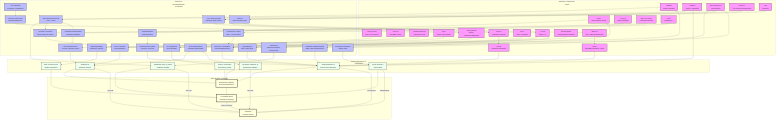
Earlier version of the Mermaid export docs/figures/scoliosis_mechanism_map.png (sayuj1989-ops/life). Its source is kept beside it as docs/figures/scoliosis_mechanism_map.mmd.
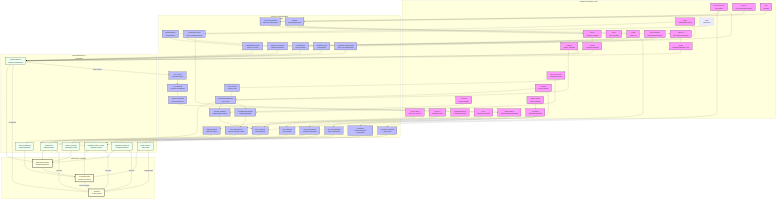
After the commit.

Commit message:
weekly-map: add circadian ciliary tuning arc (#584)

What changed in the source:
```diff
@@ -49,6 +49,7 @@
         Glymphatic_Stasis[Glymphatic Stasis<br/>Toxic Clearance Failure]
         Vestibular_Input[Vestibular Input<br/>Graviception]
         Gi_cAMP[Gi/cAMP Signaling<br/>Gain Suppression]
+        Ciliary_Tuning[Ciliary Tuning<br/>Antenna Gain]
     end
 
     subgraph Tissue [Tissue Mechanics & Properties]
@@ -158,6 +159,9 @@
     Mech_Trans --> Circadian_Entrain
     Circadian_Entrain --> Disc_Maint
 
+    BMAL1 --> Ciliary_Tuning
+    Ciliary_Tuning --> Mech_Trans
+
     mtROS --> METTL3
     METTL3 --> ESR1
     ESR1 --> Muscle_Tone
@@ -169,6 +173,6 @@
     VCL_Stasis --> Hydraulic_Congestion
 
     class HOX,COL,PIEZO1,PIEZO2,CILIA,LBX1,ADGRG6,PTK7,YAP,PKD2L1,MMP,URP,UTS2R,GFAP,VIM,LAMIN,BMAL1,RUNX3,METTL3,ESR1,MELATONIN,MT2 gene;
-    class Region,ECM_Assembly,Mech_Trans,Sym_Break,Neur_Diff,Muscle_Diff,Disc_Maint,PCP_Sig,Nucl_Shuttle,CSF_Sensing,Degradation,Astrogliosis,mtROS,Adipogenesis,Hydraulic_Congestion,Immune_Infilt,Circadian_Entrain,Proprio_Maint,H3K9me3,VCL_Stasis,Glymphatic_Stasis,Vestibular_Input,Gi_cAMP process;
+    class Region,ECM_Assembly,Mech_Trans,Sym_Break,Neur_Diff,Muscle_Diff,Disc_Maint,PCP_Sig,Nucl_Shuttle,CSF_Sensing,Degradation,Astrogliosis,mtROS,Adipogenesis,Hydraulic_Congestion,Immune_Infilt,Circadian_Entrain,Proprio_Maint,H3K9me3,VCL_Stasis,Glymphatic_Stasis,Vestibular_Input,Gi_cAMP,Ciliary_Tuning process;
     class Rest_Kappa,Stiffness,Torsional_Stiffness,Gain,Torsion,Muscle_Tone,Anisotropy tissue;
     class S_Curve,Stability,Scoliosis outcome;
```
